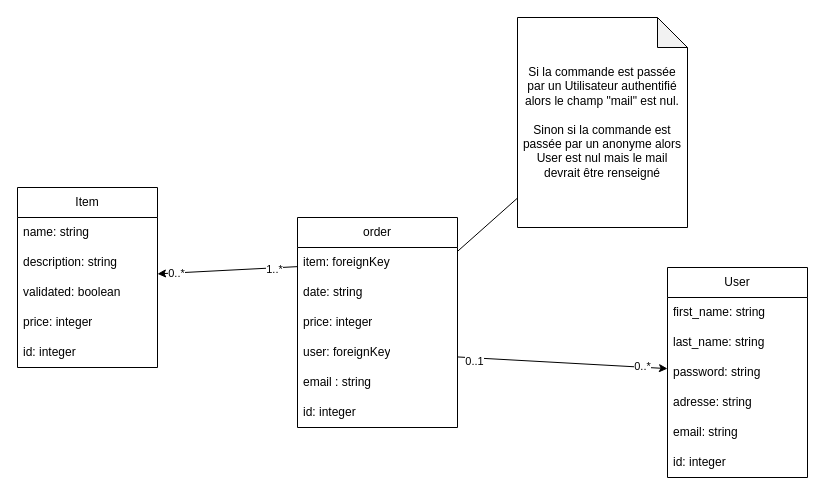
The draw.io diagram mdd.drawio in LouisMaupas/ecom, before the edit. Source tidied: cells renumbered, new cells numbered last; positions are measured from the earlier drawing's top-left corner, leaving out a move shared by most shapes. Both pictures are drawn from the tidied source at 100%, with x=0, y=0 at pixel (17, 17).
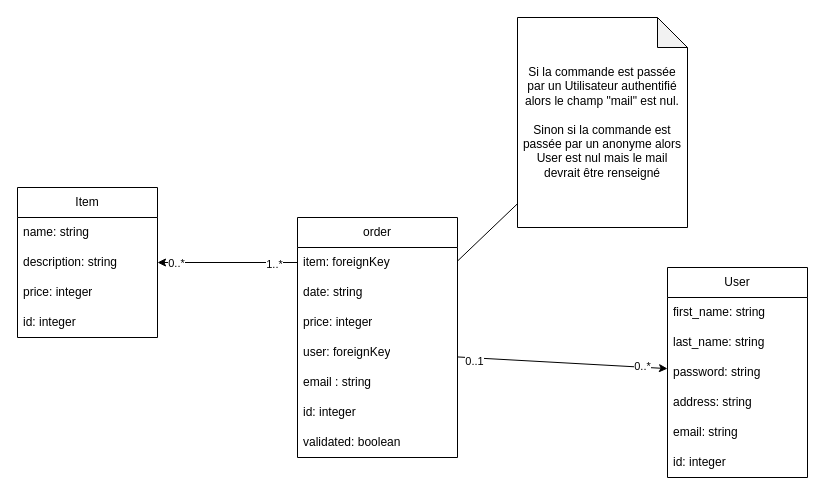
After the change.

The change refers to these unchanged cells:
```xml
<mxCell id="8" value="User" style="swimlane;fontStyle=0;horizontal=1;startSize=30;whiteSpace=wrap;html=1;" parent="1" vertex="1">
  <mxGeometry x="650" y="250" width="140" height="210" as="geometry" />
</mxCell>
```

The edit, as a diff of the source:
```diff
@@
     <mxCell id="2" value="Item" style="swimlane;fontStyle=0;horizontal=1;startSize=30;whiteSpace=wrap;html=1;" parent="1" vertex="1">
-      <mxGeometry y="170" width="140" height="180" as="geometry" />
+      <mxGeometry y="170" width="140" height="150" as="geometry" />
     </mxCell>
@@
-    <mxCell id="5" value="validated: boolean" style="text;strokeColor=none;fillColor=none;align=left;verticalAlign=middle;spacingLeft=4;spacingRight=4;overflow=hidden;whiteSpace=wrap;html=1;" parent="2" vertex="1">
-      <mxGeometry y="90" width="140" height="30" as="geometry" />
-    </mxCell>
     <mxCell id="6" value="price: integer" style="text;strokeColor=none;fillColor=none;align=left;verticalAlign=middle;spacingLeft=4;spacingRight=4;overflow=hidden;whiteSpace=wrap;html=1;" parent="2" vertex="1">
-      <mxGeometry y="120" width="140" height="30" as="geometry" />
+      <mxGeometry y="90" width="140" height="30" as="geometry" />
     </mxCell>
     <mxCell id="7" value="id: integer" style="text;strokeColor=none;fillColor=none;align=left;verticalAlign=middle;spacingLeft=4;spacingRight=4;overflow=hidden;whiteSpace=wrap;html=1;" parent="2" vertex="1">
-      <mxGeometry y="150" width="140" height="30" as="geometry" />
+      <mxGeometry y="120" width="140" height="30" as="geometry" />
     </mxCell>
@@
-    <mxCell id="12" value="adresse: string" style="text;strokeColor=none;fillColor=none;align=left;verticalAlign=middle;spacingLeft=4;spacingRight=4;overflow=hidden;whiteSpace=wrap;html=1;" parent="8" vertex="1">
+    <mxCell id="12" value="address: string" style="text;strokeColor=none;fillColor=none;align=left;verticalAlign=middle;spacingLeft=4;spacingRight=4;overflow=hidden;whiteSpace=wrap;html=1;" parent="8" vertex="1">
       <mxGeometry y="120" width="140" height="30" as="geometry" />
     </mxCell>
@@
     <mxCell id="15" value="order" style="swimlane;fontStyle=0;horizontal=1;startSize=30;whiteSpace=wrap;html=1;" parent="1" vertex="1">
-      <mxGeometry x="280" y="200" width="160" height="210" as="geometry" />
+      <mxGeometry x="280" y="200" width="160" height="240" as="geometry" />
     </mxCell>
@@
+    <mxCell id="5" value="validated: boolean" style="text;strokeColor=none;fillColor=none;align=left;verticalAlign=middle;spacingLeft=4;spacingRight=4;overflow=hidden;whiteSpace=wrap;html=1;" parent="15" vertex="1">
+      <mxGeometry y="210" width="160" height="30" as="geometry" />
+    </mxCell>
```
